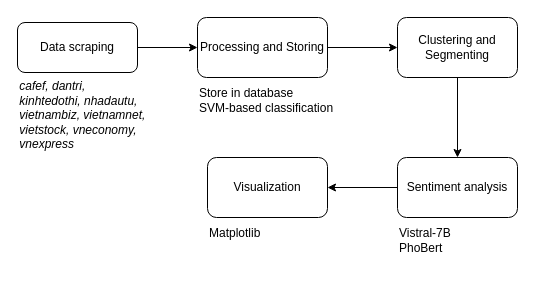
Earlier version of the draw.io diagram images/Banking.drawio (Angelectronic/Banking-Project-Journal-of-Computer-Science-and-Cybernetics). Source tidied: cells renumbered, new cells numbered last; positions are measured from the earlier drawing's top-left corner, leaving out a move shared by most shapes. Both pictures are drawn from the tidied source at 100%, with x=0, y=0 at pixel (17, 17).
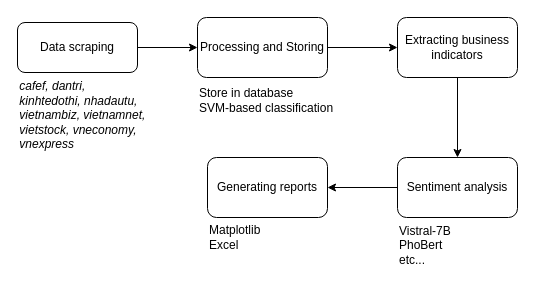
The same page after the edit.

Commit message:
Cập nhật Banking.drawio

What changed in the source:
```diff
@@
 <mxGraphModel>
   <root>
     <mxCell id="0" />
     <mxCell id="1" parent="0" />
     <mxCell id="2" style="edgeStyle=orthogonalEdgeStyle;rounded=0;jettySize=auto;html=1;" parent="1" edge="1" source="3" target="5">
       <mxGeometry relative="1" as="geometry" />
     </mxCell>
     <mxCell id="3" value="Data scraping" style="rounded=1;whiteSpace=wrap;html=1;fontSize=12;glass=0;strokeWidth=1;shadow=0;" parent="1" vertex="1">
       <mxGeometry y="5" width="120" height="50" as="geometry" />
     </mxCell>
     <mxCell id="4" style="edgeStyle=orthogonalEdgeStyle;rounded=0;jettySize=auto;html=1;" parent="1" edge="1" source="5" target="7">
       <mxGeometry relative="1" as="geometry" />
     </mxCell>
     <mxCell id="5" value="Processing and Storing" style="whiteSpace=wrap;html=1;rounded=1;glass=0;strokeWidth=1;shadow=0;" parent="1" vertex="1">
       <mxGeometry x="180" width="130" height="60" as="geometry" />
     </mxCell>
     <mxCell id="6" style="edgeStyle=orthogonalEdgeStyle;rounded=0;jettySize=auto;html=1;" parent="1" edge="1" source="7" target="9">
       <mxGeometry relative="1" as="geometry" />
     </mxCell>
-    <mxCell id="7" value="Clustering and Segmenting" style="whiteSpace=wrap;html=1;rounded=1;glass=0;strokeWidth=1;shadow=0;" parent="1" vertex="1">
+    <mxCell id="7" value="Extracting business indicators" style="whiteSpace=wrap;html=1;rounded=1;glass=0;strokeWidth=1;shadow=0;" parent="1" vertex="1">
       <mxGeometry x="380" width="120" height="60" as="geometry" />
     </mxCell>
     <mxCell id="8" style="edgeStyle=orthogonalEdgeStyle;rounded=0;jettySize=auto;html=1;" parent="1" edge="1" source="9" target="10">
       <mxGeometry relative="1" as="geometry" />
     </mxCell>
     <mxCell id="9" value="Sentiment analysis" style="whiteSpace=wrap;html=1;rounded=1;glass=0;strokeWidth=1;shadow=0;" parent="1" vertex="1">
       <mxGeometry x="380" y="140" width="120" height="60" as="geometry" />
     </mxCell>
-    <mxCell id="10" value="Visualization" style="whiteSpace=wrap;html=1;rounded=1;glass=0;strokeWidth=1;shadow=0;" parent="1" vertex="1">
+    <mxCell id="10" value="Generating reports" style="whiteSpace=wrap;html=1;rounded=1;glass=0;strokeWidth=1;shadow=0;" parent="1" vertex="1">
       <mxGeometry x="190" y="140" width="120" height="60" as="geometry" />
     </mxCell>
     <mxCell id="11" value="&lt;div style=&quot;text-align: left;&quot;&gt;&lt;i style=&quot;background-color: initial;&quot;&gt;cafef,&amp;nbsp;dantri,&amp;nbsp;&lt;/i&gt;&lt;/div&gt;&lt;div style=&quot;text-align: left;&quot;&gt;&lt;i style=&quot;background-color: initial;&quot;&gt;kinhtedothi,&amp;nbsp;&lt;/i&gt;&lt;span style=&quot;background-color: initial;&quot;&gt;&lt;i&gt;nhadautu,&amp;nbsp;&lt;/i&gt;&lt;/span&gt;&lt;/div&gt;&lt;div style=&quot;text-align: left;&quot;&gt;&lt;span style=&quot;background-color: initial;&quot;&gt;&lt;i&gt;vietnambiz,&amp;nbsp;&lt;/i&gt;&lt;/span&gt;&lt;span style=&quot;background-color: initial;&quot;&gt;&lt;i&gt;vietnamnet,&amp;nbsp;&lt;/i&gt;&lt;/span&gt;&lt;/div&gt;&lt;div style=&quot;text-align: left;&quot;&gt;&lt;span style=&quot;background-color: initial;&quot;&gt;&lt;i&gt;vietstock,&amp;nbsp;&lt;/i&gt;&lt;/span&gt;&lt;span style=&quot;background-color: initial;&quot;&gt;&lt;i&gt;vneconomy,&amp;nbsp;&lt;/i&gt;&lt;/span&gt;&lt;/div&gt;&lt;div style=&quot;text-align: left;&quot;&gt;&lt;span style=&quot;background-color: initial;&quot;&gt;&lt;i&gt;vnexpress&lt;/i&gt;&lt;/span&gt;&lt;/div&gt;&lt;div&gt;&lt;span style=&quot;background-color: initial;&quot;&gt;&lt;i&gt;&lt;br&gt;&lt;/i&gt;&lt;/span&gt;&lt;/div&gt;" style="text;html=1;align=center;verticalAlign=middle;whiteSpace=wrap;rounded=0;" parent="1" vertex="1">
       <mxGeometry x="7" y="65" width="120" height="80" as="geometry" />
     </mxCell>
     <mxCell id="12" value="Store in database&lt;div&gt;SVM-based classification&lt;/div&gt;" style="text;html=1;align=left;verticalAlign=middle;whiteSpace=wrap;rounded=0;" parent="1" vertex="1">
       <mxGeometry x="180" y="55" width="140" height="55" as="geometry" />
     </mxCell>
-    <mxCell id="13" value="Vistral-7B&lt;div&gt;PhoBert&lt;/div&gt;" style="text;html=1;align=left;verticalAlign=middle;whiteSpace=wrap;rounded=0;" parent="1" vertex="1">
-      <mxGeometry x="380" y="195" width="140" height="55" as="geometry" />
+    <mxCell id="13" value="Vistral-7B&lt;div&gt;PhoBert&lt;/div&gt;&lt;div&gt;etc...&lt;/div&gt;" style="text;html=1;align=left;verticalAlign=middle;whiteSpace=wrap;rounded=0;" parent="1" vertex="1">
+      <mxGeometry x="380" y="200" width="140" height="55" as="geometry" />
     </mxCell>
-    <mxCell id="14" value="Matplotlib" style="text;html=1;align=left;verticalAlign=middle;whiteSpace=wrap;rounded=0;" parent="1" vertex="1">
-      <mxGeometry x="190" y="188" width="140" height="55" as="geometry" />
+    <mxCell id="14" value="Matplotlib&lt;div&gt;Excel&lt;/div&gt;" style="text;html=1;align=left;verticalAlign=middle;whiteSpace=wrap;rounded=0;" parent="1" vertex="1">
+      <mxGeometry x="190" y="192" width="140" height="55" as="geometry" />
     </mxCell>
   </root>
 </mxGraphModel>
```
